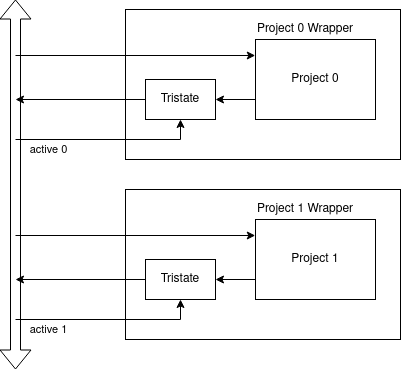
Above: docs/tristate_wrapper.png in mattvenn/multi_project_tools (draw.io), before the change. Source tidied: cells renumbered, new cells last; positions are measured from the earlier drawing's top-left corner, leaving out a move shared by most shapes.
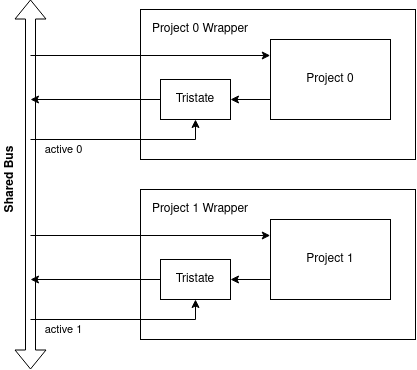
After the change.

What changed in the source:
```diff
@@ -20,7 +20,7 @@
       <mxGeometry x="130" y="80" width="70" height="40" as="geometry" />
     </mxCell>
     <mxCell id="7" value="Project 0 Wrapper" style="text;html=1;strokeColor=none;fillColor=none;align=center;verticalAlign=middle;whiteSpace=wrap;rounded=0;" parent="1" vertex="1">
-      <mxGeometry x="240" y="20" width="100" height="20" as="geometry" />
+      <mxGeometry x="120" y="20" width="100" height="20" as="geometry" />
     </mxCell>
     <mxCell id="8" style="shape=flexArrow;endArrow=classic;startArrow=classic;html=1;" parent="1" edge="1">
       <mxGeometry relative="1" as="geometry">
@@ -64,7 +64,7 @@
       <mxGeometry x="130" y="260" width="70" height="40" as="geometry" />
     </mxCell>
     <mxCell id="17" value="Project 1 Wrapper" style="text;html=1;strokeColor=none;fillColor=none;align=center;verticalAlign=middle;whiteSpace=wrap;rounded=0;" parent="1" vertex="1">
-      <mxGeometry x="240" y="200" width="100" height="20" as="geometry" />
+      <mxGeometry x="120" y="200" width="100" height="20" as="geometry" />
     </mxCell>
     <mxCell id="18" style="endArrow=classic;html=1;entryX=0.5;entryY=1;entryDx=0;entryDy=0;rounded=0;" parent="1" edge="1" target="16">
       <mxGeometry relative="1" as="geometry">
@@ -84,5 +84,8 @@
         <mxPoint y="236" as="sourcePoint" />
       </mxGeometry>
     </mxCell>
+    <mxCell id="21" value="&lt;b&gt;Shared Bus&lt;/b&gt;" style="text;html=1;strokeColor=none;fillColor=none;align=center;verticalAlign=middle;whiteSpace=wrap;rounded=0;rotation=-90;" parent="1" vertex="1">
+      <mxGeometry x="-70" y="170" width="100" height="20" as="geometry" />
+    </mxCell>
   </root>
 </mxGraphModel>
```
